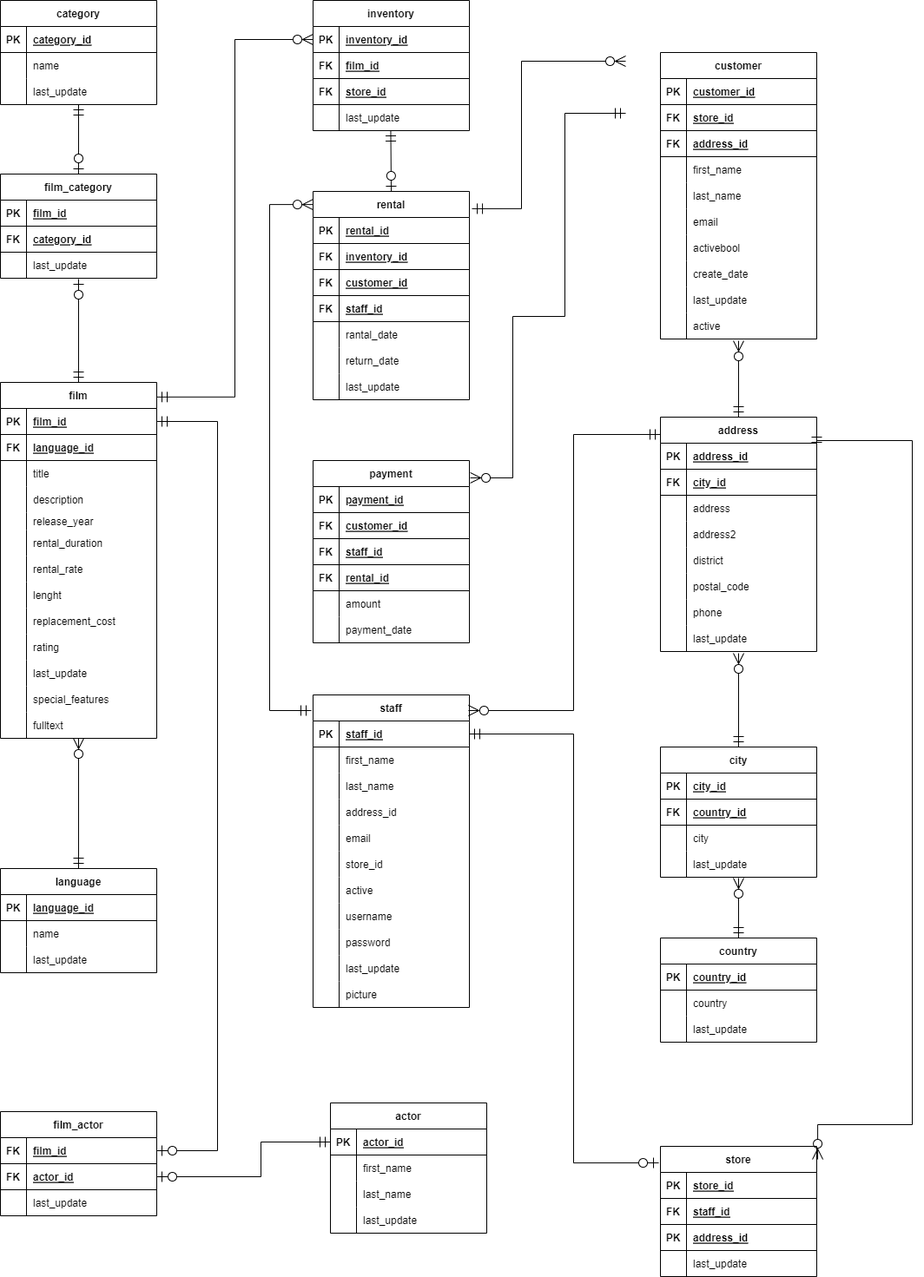
MarianSulik/DE_diagrams keeps this draw.io diagram as DVD Rental ER Model.drawio.png. Above is the earlier version. Source tidied: cells renumbered, new cells last; positions are measured from the earlier drawing's top-left corner, leaving out a move shared by most shapes.
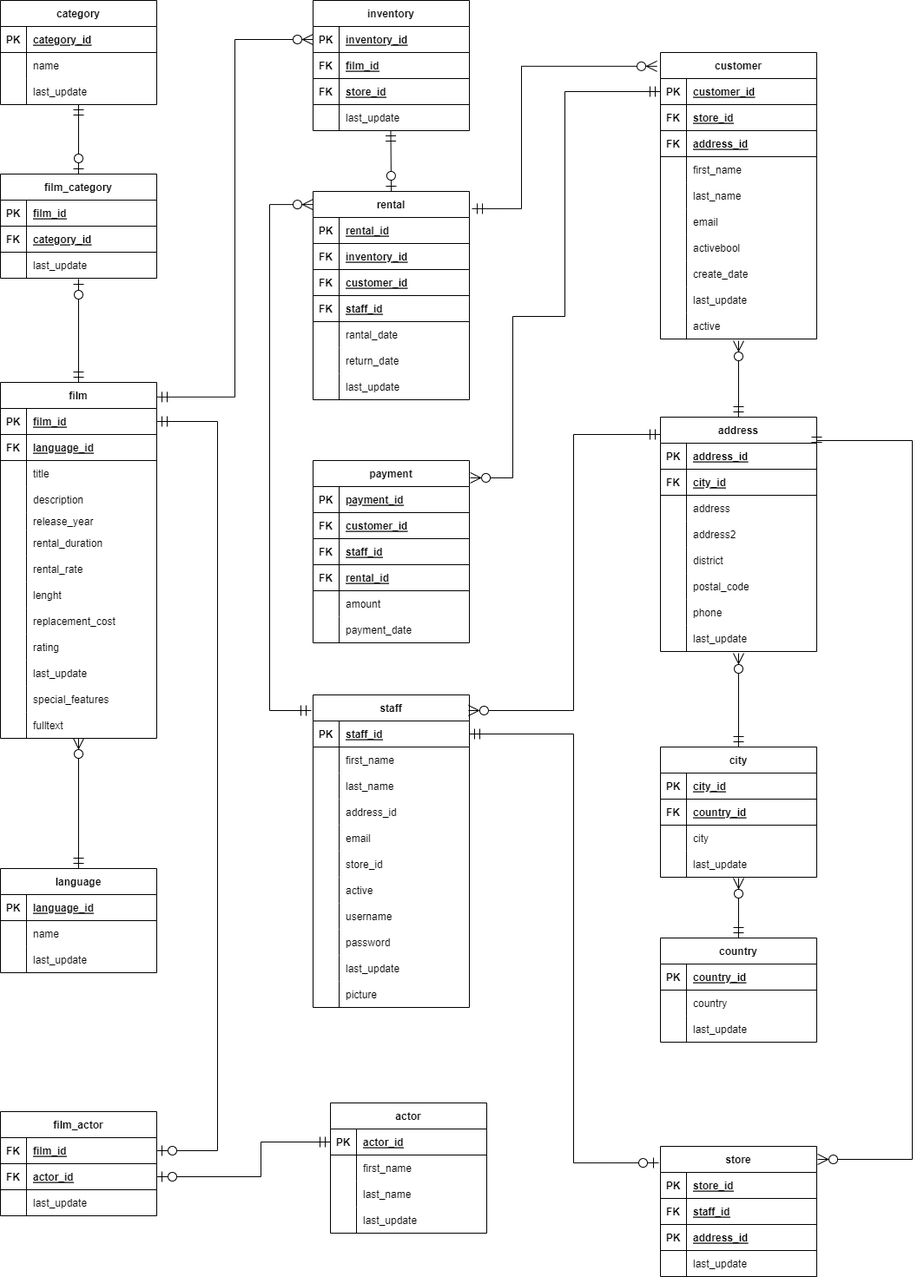
The same file after the commit.

The edit, as a diff of the source:
```diff
@@ -862,12 +862,11 @@
         </Array>
       </mxGeometry>
     </mxCell>
-    <mxCell id="283" style="fontSize=12;html=1;endArrow=ERzeroToMany;startArrow=ERmandOne;rounded=0;exitX=1.017;exitY=0.083;exitDx=0;exitDy=0;endSize=10;startSize=10;startFill=0;endFill=0;edgeStyle=orthogonalEdgeStyle;exitPerimeter=0;" parent="1" edge="1" source="95">
+    <mxCell id="283" style="fontSize=12;html=1;endArrow=ERzeroToMany;startArrow=ERmandOne;rounded=0;exitX=1.017;exitY=0.083;exitDx=0;exitDy=0;endSize=10;startSize=10;startFill=0;endFill=0;edgeStyle=orthogonalEdgeStyle;exitPerimeter=0;entryX=-0.022;entryY=0.048;entryDx=0;entryDy=0;entryPerimeter=0;" parent="1" edge="1" source="95" target="183">
       <mxGeometry relative="1" as="geometry">
-        <mxPoint x="720" y="70" as="targetPoint" />
         <Array as="points">
           <mxPoint x="600" y="240" />
-          <mxPoint x="600" y="70" />
+          <mxPoint x="600" y="76" />
         </Array>
       </mxGeometry>
     </mxCell>
@@ -883,8 +882,9 @@
     <mxCell id="287" style="fontSize=12;html=1;endArrow=ERzeroToMany;startArrow=ERmandOne;rounded=0;exitX=1;exitY=0.063;exitDx=0;exitDy=0;endSize=10;startSize=10;startFill=0;endFill=0;edgeStyle=orthogonalEdgeStyle;exitPerimeter=0;entryX=1.006;entryY=0.1;entryDx=0;entryDy=0;entryPerimeter=0;" parent="1" edge="1" source="214" target="262">
       <mxGeometry relative="1" as="geometry">
         <Array as="points">
+          <mxPoint x="940" y="507" />
           <mxPoint x="1050" y="507" />
-          <mxPoint x="1050" y="1295" />
+          <mxPoint x="1050" y="1335" />
         </Array>
       </mxGeometry>
     </mxCell>
@@ -904,11 +904,10 @@
         </Array>
       </mxGeometry>
     </mxCell>
-    <mxCell id="290" style="fontSize=12;html=1;endArrow=ERzeroToMany;startArrow=ERmandOne;rounded=0;endSize=10;startSize=10;startFill=0;endFill=0;edgeStyle=orthogonalEdgeStyle;entryX=1.006;entryY=0.095;entryDx=0;entryDy=0;entryPerimeter=0;" parent="1" edge="1" target="117">
+    <mxCell id="290" style="fontSize=12;html=1;endArrow=ERzeroToMany;startArrow=ERmandOne;rounded=0;endSize=10;startSize=10;startFill=0;endFill=0;edgeStyle=orthogonalEdgeStyle;entryX=1.006;entryY=0.095;entryDx=0;entryDy=0;entryPerimeter=0;exitX=0;exitY=0.5;exitDx=0;exitDy=0;" parent="1" edge="1" source="184" target="117">
       <mxGeometry relative="1" as="geometry">
-        <mxPoint x="720" y="130" as="sourcePoint" />
         <Array as="points">
-          <mxPoint x="650" y="130" />
+          <mxPoint x="650" y="105" />
           <mxPoint x="650" y="364" />
           <mxPoint x="590" y="364" />
           <mxPoint x="590" y="550" />
```
